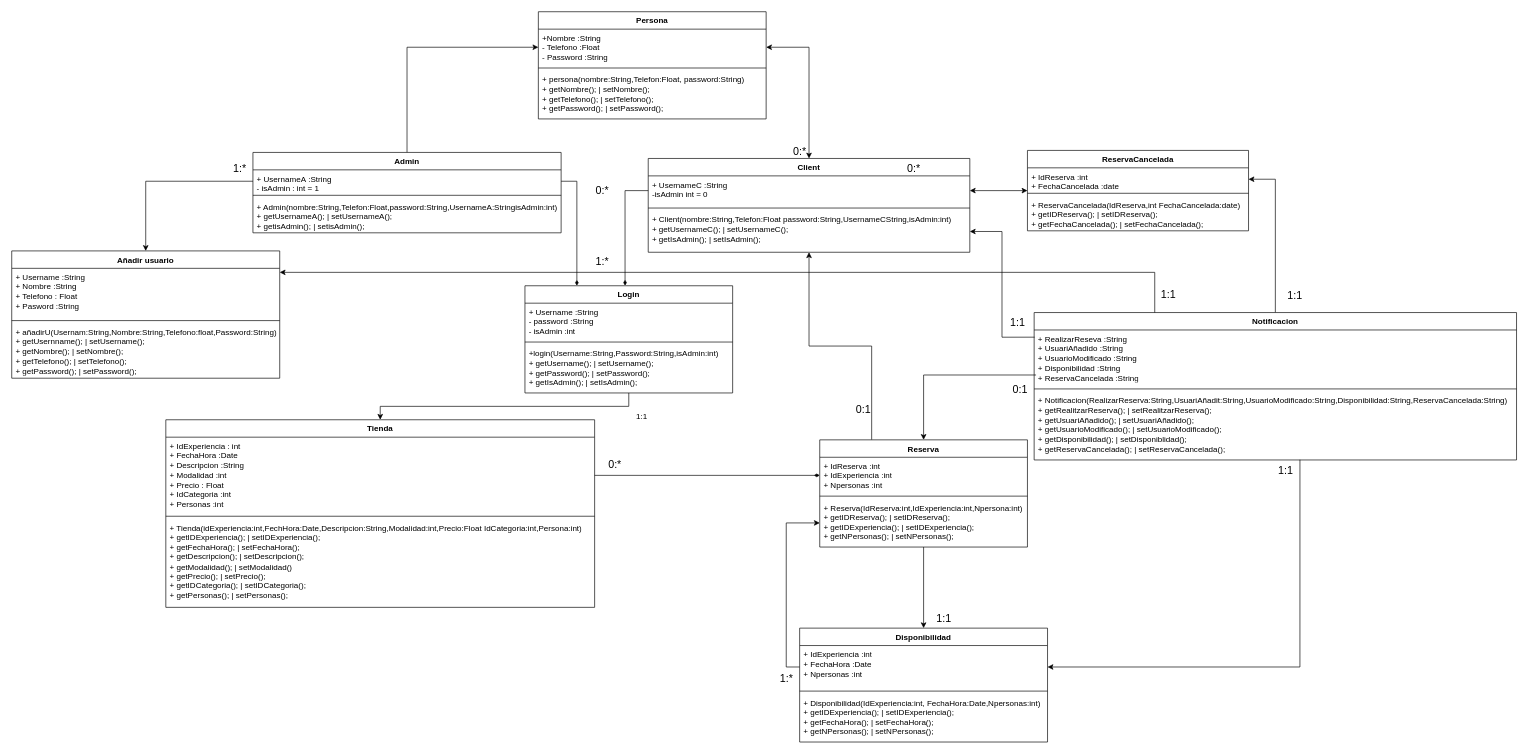
Earlier version of the draw.io diagram Diagramas/UML_XaJo.drawio (joam6/Sailing_XaJo). Source tidied: cells renumbered, new cells numbered last; positions are measured from the earlier drawing's top-left corner, leaving out a move shared by most shapes. Both pictures are drawn from the tidied source at 67%, with x=0, y=0 at pixel (11, 11).
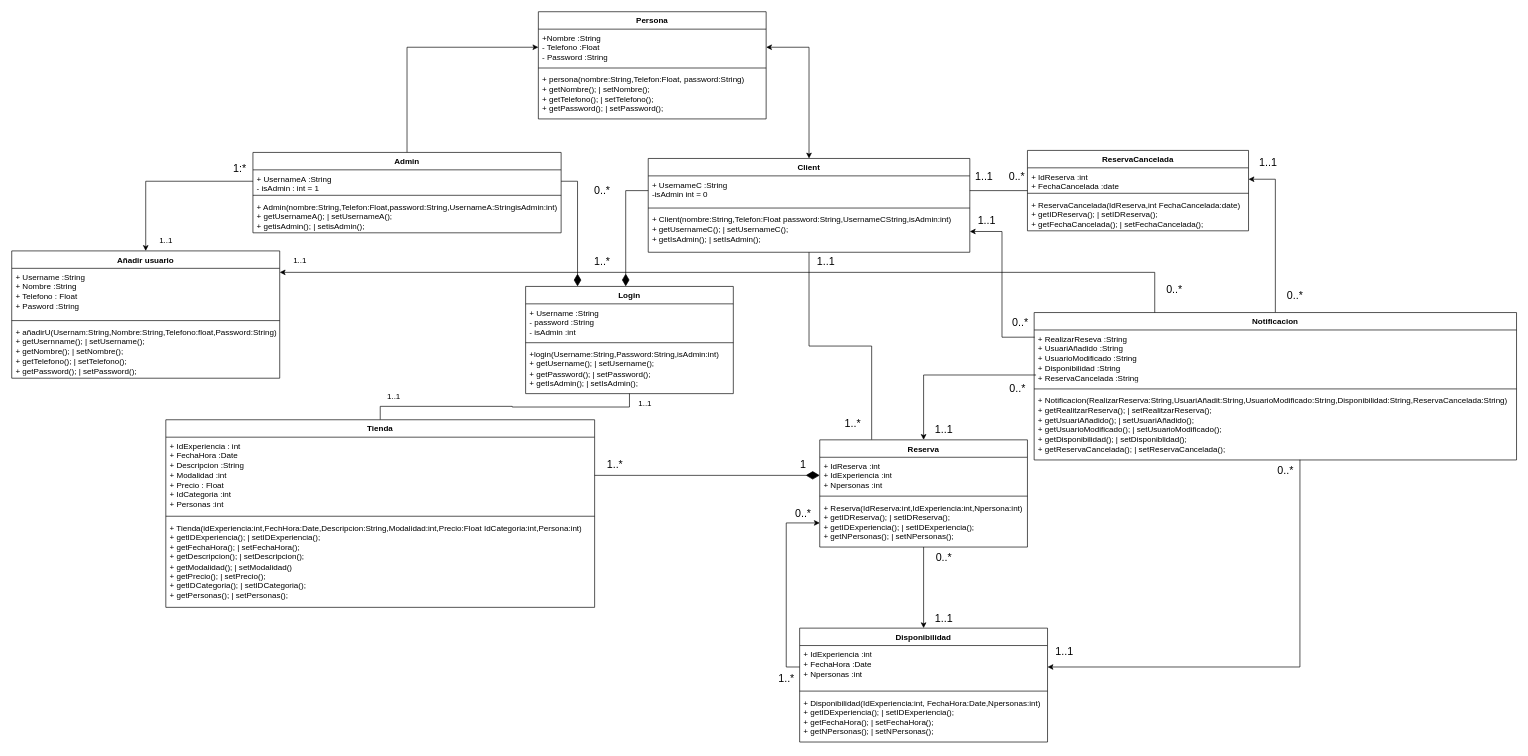
After the change.

Unchanged cells that the change refers to:
```xml
<mxCell id="13" value="&lt;div&gt;+ UsernameA&amp;nbsp;&lt;span style=&quot;background-color: initial;&quot;&gt;:String&lt;/span&gt;&lt;/div&gt;- isAdmin : int = 1" style="text;strokeColor=none;fillColor=none;align=left;verticalAlign=top;spacingLeft=4;spacingRight=4;overflow=hidden;points=[[0,0.5],[1,0.5]];portConstraint=eastwest;whiteSpace=wrap;html=1;" parent="12" vertex="1">
  <mxGeometry y="26" width="460" height="34" as="geometry" />
</mxCell>
<mxCell id="17" value="Client" style="swimlane;fontStyle=1;align=center;verticalAlign=top;horizontal=1;startSize=26;whiteSpace=wrap;html=1;" parent="1" vertex="1">
  <mxGeometry x="950" y="219" width="480" height="140" as="geometry" />
</mxCell>
<mxCell id="18" value="&lt;div&gt;+ UsernameC&amp;nbsp;&lt;span style=&quot;background-color: initial;&quot;&gt;:String&lt;br&gt;-isAdmin int = 0&lt;/span&gt;&lt;/div&gt;" style="text;strokeColor=none;fillColor=none;align=left;verticalAlign=top;spacingLeft=4;spacingRight=4;overflow=hidden;points=[[0,0.5],[1,0.5]];portConstraint=eastwest;whiteSpace=wrap;html=1;" parent="17" vertex="1">
  <mxGeometry y="26" width="480" height="44" as="geometry" />
</mxCell>
<mxCell id="24" value="Reserva" style="swimlane;fontStyle=1;align=center;verticalAlign=top;horizontal=1;startSize=26;whiteSpace=wrap;html=1;" parent="1" vertex="1">
  <mxGeometry x="1206" y="639" width="310" height="160" as="geometry" />
</mxCell>
<mxCell id="25" value="+ IdReserva :int&lt;br&gt;+ IdExperiencia :int&lt;br&gt;+ Npersonas :int" style="text;strokeColor=none;fillColor=none;align=left;verticalAlign=top;spacingLeft=4;spacingRight=4;overflow=hidden;points=[[0,0.5],[1,0.5]];portConstraint=eastwest;whiteSpace=wrap;html=1;" parent="24" vertex="1">
  <mxGeometry y="26" width="310" height="54" as="geometry" />
</mxCell>
<mxCell id="39" value="ReservaCancelada" style="swimlane;fontStyle=1;align=center;verticalAlign=top;horizontal=1;startSize=26;whiteSpace=wrap;html=1;" parent="1" vertex="1">
  <mxGeometry x="1516" y="207" width="330" height="120" as="geometry" />
</mxCell>
<mxCell id="47" value="Tienda" style="swimlane;fontStyle=1;align=center;verticalAlign=top;horizontal=1;startSize=26;whiteSpace=wrap;html=1;" parent="1" vertex="1">
  <mxGeometry x="230" y="609" width="640" height="280" as="geometry" />
</mxCell>
<mxCell id="48" value="+ IdExperiencia : int&lt;br&gt;+ FechaHora :Date&lt;br&gt;+ Descripcion :String&lt;br&gt;+ Modalidad :int&lt;br&gt;+ Precio : Float&lt;br&gt;+ IdCategoria :int&lt;br&gt;+ Personas :int" style="text;strokeColor=none;fillColor=none;align=left;verticalAlign=top;spacingLeft=4;spacingRight=4;overflow=hidden;points=[[0,0.5],[1,0.5]];portConstraint=eastwest;whiteSpace=wrap;html=1;" parent="47" vertex="1">
  <mxGeometry y="26" width="640" height="114" as="geometry" />
</mxCell>
```

The edit, as a diff of the source:
```diff
@@
-    <mxCell id="2" style="edgeStyle=orthogonalEdgeStyle;rounded=0;jettySize=auto;html=1;entryX=0.5;entryY=0;entryDx=0;entryDy=0;" parent="1" edge="1" source="3" target="47">
+    <mxCell id="2" style="edgeStyle=orthogonalEdgeStyle;rounded=0;jettySize=auto;html=1;entryX=0.5;entryY=0;entryDx=0;entryDy=0;endArrow=none;endFill=0;" parent="1" edge="1" source="3" target="47">
       <mxGeometry relative="1" as="geometry" />
     </mxCell>
     <mxCell id="3" value="Login" style="swimlane;fontStyle=1;align=center;verticalAlign=top;horizontal=1;startSize=26;whiteSpace=wrap;html=1;" parent="1" vertex="1">
-      <mxGeometry x="766" y="409" width="310" height="160" as="geometry" />
+      <mxGeometry x="767" y="410" width="310" height="160" as="geometry" />
     </mxCell>
@@
-    <mxCell id="22" style="edgeStyle=orthogonalEdgeStyle;rounded=0;jettySize=auto;html=1;exitX=0.25;exitY=0;exitDx=0;exitDy=0;" parent="1" edge="1" source="24" target="17">
+    <mxCell id="22" style="edgeStyle=orthogonalEdgeStyle;rounded=0;jettySize=auto;html=1;exitX=0.25;exitY=0;exitDx=0;exitDy=0;endArrow=none;endFill=0;" parent="1" edge="1" source="24" target="17">
       <mxGeometry relative="1" as="geometry" />
     </mxCell>
@@
-    <mxCell id="38" style="edgeStyle=orthogonalEdgeStyle;rounded=0;jettySize=auto;html=1;entryX=1;entryY=0.5;entryDx=0;entryDy=0;startArrow=classic;startFill=1;" parent="1" edge="1" source="39" target="18">
+    <mxCell id="38" style="edgeStyle=orthogonalEdgeStyle;rounded=0;jettySize=auto;html=1;entryX=1;entryY=0.5;entryDx=0;entryDy=0;startArrow=none;startFill=0;endArrow=none;endFill=0;" parent="1" edge="1" source="39" target="18">
       <mxGeometry relative="1" as="geometry" />
     </mxCell>
@@
-    <mxCell id="51" style="edgeStyle=orthogonalEdgeStyle;rounded=0;jettySize=auto;html=1;exitX=1;exitY=0.5;exitDx=0;exitDy=0;entryX=0.25;entryY=0;entryDx=0;entryDy=0;endArrow=diamondThin;endFill=1;" parent="1" edge="1" source="13" target="3">
+    <mxCell id="51" style="edgeStyle=orthogonalEdgeStyle;rounded=0;jettySize=auto;html=1;exitX=1;exitY=0.5;exitDx=0;exitDy=0;entryX=0.25;entryY=0;entryDx=0;entryDy=0;endArrow=diamondThin;endFill=1;endSize=16;" parent="1" edge="1" source="13" target="3">
       <mxGeometry relative="1" as="geometry" />
     </mxCell>
-    <mxCell id="52" style="edgeStyle=orthogonalEdgeStyle;rounded=0;jettySize=auto;html=1;exitX=0;exitY=0.5;exitDx=0;exitDy=0;entryX=0.482;entryY=-0.001;entryDx=0;entryDy=0;endArrow=diamondThin;endFill=1;entryPerimeter=0;" parent="1" edge="1" source="18" target="3">
+    <mxCell id="52" style="edgeStyle=orthogonalEdgeStyle;rounded=0;jettySize=auto;html=1;exitX=0;exitY=0.5;exitDx=0;exitDy=0;entryX=0.482;entryY=-0.001;entryDx=0;entryDy=0;endArrow=diamondThin;endFill=1;entryPerimeter=0;endSize=16;" parent="1" edge="1" source="18" target="3">
       <mxGeometry relative="1" as="geometry" />
     </mxCell>
-    <mxCell id="53" style="edgeStyle=orthogonalEdgeStyle;rounded=0;jettySize=auto;html=1;entryX=0;entryY=0.5;entryDx=0;entryDy=0;endArrow=diamondThin;endFill=1;" parent="1" edge="1" source="48" target="25">
+    <mxCell id="53" style="edgeStyle=orthogonalEdgeStyle;rounded=0;jettySize=auto;html=1;entryX=0;entryY=0.5;entryDx=0;entryDy=0;endArrow=diamondThin;endFill=1;strokeWidth=1;endSize=18;" parent="1" edge="1" source="48" target="25">
       <mxGeometry relative="1" as="geometry" />
     </mxCell>
@@
-    <mxCell id="56" value="1:1" style="text;html=1;align=center;verticalAlign=middle;strokeColor=none;fillColor=none;fontSize=16;" parent="1" vertex="1">
-      <mxGeometry x="1701" y="407" width="50" height="30" as="geometry" />
-    </mxCell>
-    <mxCell id="57" value="1:1" style="text;html=1;align=center;verticalAlign=middle;strokeColor=none;fillColor=none;fontSize=16;" parent="1" vertex="1">
-      <mxGeometry x="1890" y="409" width="50" height="30" as="geometry" />
+    <mxCell id="57" value="1..1" style="text;html=1;align=center;verticalAlign=middle;strokeColor=none;fillColor=none;fontSize=16;" parent="1" vertex="1">
+      <mxGeometry x="1850" y="210" width="50" height="30" as="geometry" />
     </mxCell>
-    <mxCell id="58" value="1:1" style="text;html=1;align=center;verticalAlign=middle;strokeColor=none;fillColor=none;fontSize=16;" parent="1" vertex="1">
+    <mxCell id="58" value="0..*" style="text;html=1;align=center;verticalAlign=middle;strokeColor=none;fillColor=none;fontSize=16;" parent="1" vertex="1">
       <mxGeometry x="1876" y="669" width="50" height="30" as="geometry" />
     </mxCell>
-    <mxCell id="59" value="0:1" style="text;html=1;align=center;verticalAlign=middle;strokeColor=none;fillColor=none;fontSize=16;" parent="1" vertex="1">
-      <mxGeometry x="1480" y="549" width="50" height="30" as="geometry" />
-    </mxCell>
-    <mxCell id="60" value="1:1" style="text;html=1;align=center;verticalAlign=middle;strokeColor=none;fillColor=none;fontSize=16;" parent="1" vertex="1">
-      <mxGeometry x="1476" y="449" width="50" height="30" as="geometry" />
-    </mxCell>
@@
-    <mxCell id="62" value="0:*" style="text;html=1;align=center;verticalAlign=middle;strokeColor=none;fillColor=none;fontSize=16;" parent="1" vertex="1">
-      <mxGeometry x="1326" y="219" width="40" height="30" as="geometry" />
+    <mxCell id="62" value="0..&lt;span style=&quot;background-color: initial;&quot;&gt;*&lt;/span&gt;" style="text;html=1;align=center;verticalAlign=middle;strokeColor=none;fillColor=none;fontSize=16;" parent="1" vertex="1">
+      <mxGeometry x="1475" y="230" width="50" height="30" as="geometry" />
     </mxCell>
-    <mxCell id="63" value="0:*" style="text;html=1;align=center;verticalAlign=middle;strokeColor=none;fillColor=none;strokeWidth=1;fontSize=16;" parent="1" vertex="1">
-      <mxGeometry x="1156" y="194" width="40" height="30" as="geometry" />
-    </mxCell>
-    <mxCell id="64" value="1:*" style="text;html=1;align=center;verticalAlign=middle;strokeColor=none;fillColor=none;fontSize=16;" parent="1" vertex="1">
-      <mxGeometry x="861" y="357" width="40" height="30" as="geometry" />
+    <mxCell id="64" value="1..*" style="text;html=1;align=center;verticalAlign=middle;strokeColor=none;fillColor=none;fontSize=16;" parent="1" vertex="1">
+      <mxGeometry x="856" y="357" width="50" height="30" as="geometry" />
     </mxCell>
-    <mxCell id="65" value="0:*" style="text;html=1;align=center;verticalAlign=middle;strokeColor=none;fillColor=none;strokeWidth=1;fontSize=16;" parent="1" vertex="1">
-      <mxGeometry x="861" y="252" width="40" height="30" as="geometry" />
+    <mxCell id="65" value="0..*" style="text;html=1;align=center;verticalAlign=middle;strokeColor=none;fillColor=none;strokeWidth=1;fontSize=16;" parent="1" vertex="1">
+      <mxGeometry x="856" y="252" width="50" height="30" as="geometry" />
     </mxCell>
-    <mxCell id="66" value="1:1" style="text;html=1;align=center;verticalAlign=middle;strokeColor=none;fillColor=none;" parent="1" vertex="1">
-      <mxGeometry x="920" y="590" width="40" height="30" as="geometry" />
+    <mxCell id="66" value="1..1" style="text;html=1;align=center;verticalAlign=middle;strokeColor=none;fillColor=none;" parent="1" vertex="1">
+      <mxGeometry x="550" y="560" width="40" height="30" as="geometry" />
     </mxCell>
-    <mxCell id="67" value="1:*" style="text;html=1;align=center;verticalAlign=middle;strokeColor=none;fillColor=none;fontSize=16;" parent="1" vertex="1">
-      <mxGeometry x="1136" y="980" width="40" height="30" as="geometry" />
+    <mxCell id="67" value="1..*" style="text;html=1;align=center;verticalAlign=middle;strokeColor=none;fillColor=none;fontSize=16;" parent="1" vertex="1">
+      <mxGeometry x="1131" y="980" width="50" height="30" as="geometry" />
     </mxCell>
-    <mxCell id="68" value="1:1" style="text;html=1;align=center;verticalAlign=middle;strokeColor=none;fillColor=none;fontSize=16;" parent="1" vertex="1">
+    <mxCell id="68" value="1..&lt;span style=&quot;background-color: initial;&quot;&gt;1&lt;/span&gt;" style="text;html=1;align=center;verticalAlign=middle;strokeColor=none;fillColor=none;fontSize=16;" parent="1" vertex="1">
       <mxGeometry x="1366" y="890" width="50" height="30" as="geometry" />
     </mxCell>
-    <mxCell id="69" value="0:*" style="text;html=1;align=center;verticalAlign=middle;strokeColor=none;fillColor=none;fontSize=16;" parent="1" vertex="1">
-      <mxGeometry x="880" y="660" width="40" height="30" as="geometry" />
+    <mxCell id="69" value="1..*" style="text;html=1;align=center;verticalAlign=middle;strokeColor=none;fillColor=none;fontSize=16;" parent="1" vertex="1">
+      <mxGeometry x="875" y="660" width="50" height="30" as="geometry" />
     </mxCell>
-    <mxCell id="70" value="0:1" style="text;html=1;align=center;verticalAlign=middle;strokeColor=none;fillColor=none;fontSize=16;" parent="1" vertex="1">
-      <mxGeometry x="1246" y="579" width="50" height="30" as="geometry" />
+    <mxCell id="70" value="1..*" style="text;html=1;align=center;verticalAlign=middle;strokeColor=none;fillColor=none;fontSize=16;" parent="1" vertex="1">
+      <mxGeometry x="1230" y="600" width="50" height="30" as="geometry" />
     </mxCell>
@@
+    <mxCell id="73" value="1..1" style="text;html=1;align=center;verticalAlign=middle;strokeColor=none;fillColor=none;fontSize=16;" parent="1" vertex="1">
+      <mxGeometry x="1190" y="357" width="50" height="30" as="geometry" />
+    </mxCell>
+    <mxCell id="74" value="1" style="text;html=1;align=center;verticalAlign=middle;strokeColor=none;fillColor=none;fontSize=16;" parent="1" vertex="1">
+      <mxGeometry x="1166" y="660" width="30" height="30" as="geometry" />
+    </mxCell>
+    <mxCell id="75" value="1..1" style="text;html=1;align=center;verticalAlign=middle;strokeColor=none;fillColor=none;" parent="1" vertex="1">
+      <mxGeometry x="925" y="570" width="40" height="30" as="geometry" />
+    </mxCell>
+    <mxCell id="76" value="0..*" style="text;html=1;align=center;verticalAlign=middle;strokeColor=none;fillColor=none;fontSize=16;" parent="1" vertex="1">
+      <mxGeometry x="1890" y="409" width="50" height="30" as="geometry" />
+    </mxCell>
+    <mxCell id="77" value="0..*" style="text;html=1;align=center;verticalAlign=middle;strokeColor=none;fillColor=none;fontSize=16;" parent="1" vertex="1">
+      <mxGeometry x="1710" y="400" width="50" height="30" as="geometry" />
+    </mxCell>
+    <mxCell id="78" value="0..*" style="text;html=1;align=center;verticalAlign=middle;strokeColor=none;fillColor=none;fontSize=16;" parent="1" vertex="1">
+      <mxGeometry x="1480" y="449" width="50" height="30" as="geometry" />
+    </mxCell>
+    <mxCell id="79" value="0..*" style="text;html=1;align=center;verticalAlign=middle;strokeColor=none;fillColor=none;fontSize=16;" parent="1" vertex="1">
+      <mxGeometry x="1476" y="547" width="50" height="30" as="geometry" />
+    </mxCell>
+    <mxCell id="80" value="1..1" style="text;html=1;align=center;verticalAlign=middle;strokeColor=none;fillColor=none;fontSize=16;" parent="1" vertex="1">
+      <mxGeometry x="1366" y="609" width="50" height="30" as="geometry" />
+    </mxCell>
+    <mxCell id="81" value="1..1" style="text;html=1;align=center;verticalAlign=middle;strokeColor=none;fillColor=none;fontSize=16;" parent="1" vertex="1">
+      <mxGeometry x="1546" y="940" width="50" height="30" as="geometry" />
+    </mxCell>
+    <mxCell id="82" value="1..1" style="text;html=1;align=center;verticalAlign=middle;strokeColor=none;fillColor=none;fontSize=16;" parent="1" vertex="1">
+      <mxGeometry x="1426" y="230" width="50" height="30" as="geometry" />
+    </mxCell>
+    <mxCell id="83" value="1..1" style="text;html=1;align=center;verticalAlign=middle;strokeColor=none;fillColor=none;fontSize=16;" parent="1" vertex="1">
+      <mxGeometry x="1430" y="297" width="50" height="30" as="geometry" />
+    </mxCell>
+    <mxCell id="84" value="1..1" style="text;html=1;align=center;verticalAlign=middle;strokeColor=none;fillColor=none;" parent="1" vertex="1">
+      <mxGeometry x="410" y="357" width="40" height="30" as="geometry" />
+    </mxCell>
+    <mxCell id="85" value="0..*" style="text;html=1;align=center;verticalAlign=middle;strokeColor=none;fillColor=none;strokeWidth=1;fontSize=16;" parent="1" vertex="1">
+      <mxGeometry x="1156" y="734" width="50" height="30" as="geometry" />
+    </mxCell>
+    <mxCell id="86" value="0..*" style="text;html=1;align=center;verticalAlign=middle;strokeColor=none;fillColor=none;strokeWidth=1;fontSize=16;" parent="1" vertex="1">
+      <mxGeometry x="1366" y="800" width="50" height="30" as="geometry" />
+    </mxCell>
+    <mxCell id="87" value="1..1" style="text;html=1;align=center;verticalAlign=middle;strokeColor=none;fillColor=none;" parent="1" vertex="1">
+      <mxGeometry x="210" y="327" width="40" height="30" as="geometry" />
+    </mxCell>
```
